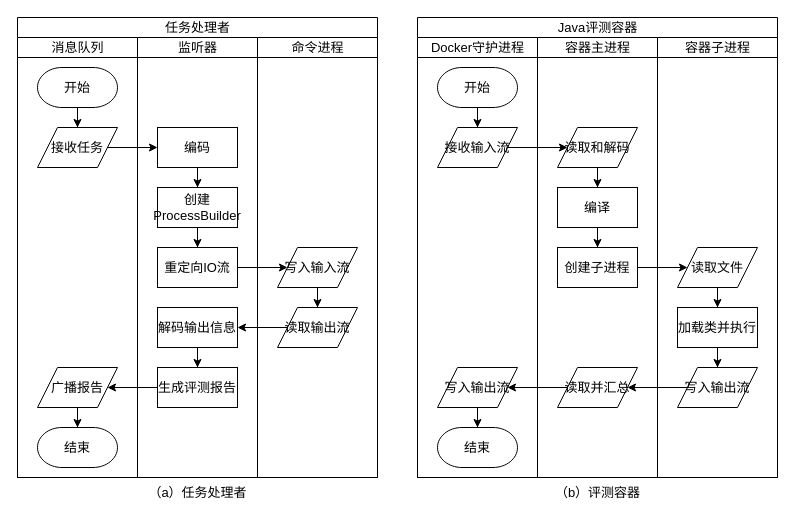
This is page "第 5 页" (7 of 9) of 程序流程图.drawio from 2302680972/lighteny_diagrams, a draw.io file, before an edit. Source tidied: cells renumbered, new cells numbered last; positions are measured from the earlier drawing's top-left corner, leaving out a move shared by most shapes. Both pictures are drawn from the tidied source at 100%, with x=0, y=0 at pixel (17, 17).
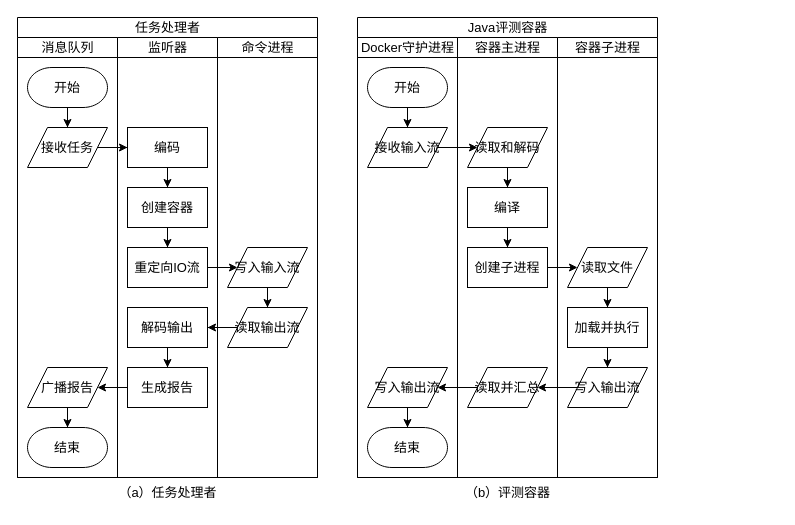
After the change.

Commit message (it also covers changes not shown here):
更新程序流程图.drawio

Change to the diagram source:
```diff
@@
     <mxCell id="2" value="任务处理者" style="swimlane;startSize=20;html=1;fontFamily=宋体;fontSize=13;fontStyle=0;" parent="1" vertex="1">
-      <mxGeometry width="360" height="460" as="geometry" />
+      <mxGeometry width="300" height="460" as="geometry" />
     </mxCell>
     <mxCell id="3" value="消息队列" style="swimlane;startSize=20;html=1;fontFamily=宋体;fontSize=13;fontStyle=0;" parent="2" vertex="1">
-      <mxGeometry y="20" width="120" height="440" as="geometry" />
+      <mxGeometry y="20" width="100" height="440" as="geometry" />
     </mxCell>
@@
     <mxCell id="5" value="开始" style="strokeWidth=1;html=1;shape=mxgraph.flowchart.terminator;whiteSpace=wrap;fontSize=13;fontFamily=宋体;fontStyle=0;" parent="3" vertex="1">
-      <mxGeometry x="20" y="30" width="80" height="40" as="geometry" />
+      <mxGeometry x="10" y="30" width="80" height="40" as="geometry" />
     </mxCell>
     <mxCell id="6" value="接收任务" style="shape=parallelogram;perimeter=parallelogramPerimeter;whiteSpace=wrap;html=1;fixedSize=1;fontFamily=宋体;fontSize=13;fontStyle=0;" parent="3" vertex="1">
-      <mxGeometry x="20" y="90" width="80" height="40" as="geometry" />
+      <mxGeometry x="10" y="90" width="80" height="40" as="geometry" />
     </mxCell>
@@
     <mxCell id="8" value="广播报告" style="shape=parallelogram;perimeter=parallelogramPerimeter;whiteSpace=wrap;html=1;fixedSize=1;fontFamily=宋体;fontSize=13;fontStyle=0;" parent="3" vertex="1">
-      <mxGeometry x="20" y="330" width="80" height="40" as="geometry" />
+      <mxGeometry x="10" y="330" width="80" height="40" as="geometry" />
     </mxCell>
     <mxCell id="9" value="结束" style="strokeWidth=1;html=1;shape=mxgraph.flowchart.terminator;whiteSpace=wrap;fontSize=13;fontFamily=宋体;fontStyle=0;" parent="3" vertex="1">
-      <mxGeometry x="20" y="390" width="80" height="40" as="geometry" />
+      <mxGeometry x="10" y="390" width="80" height="40" as="geometry" />
     </mxCell>
     <mxCell id="10" value="监听器" style="swimlane;startSize=20;html=1;fontFamily=宋体;fontSize=13;fontStyle=0;" parent="2" vertex="1">
-      <mxGeometry x="120" y="20" width="120" height="440" as="geometry" />
+      <mxGeometry x="100" y="20" width="100" height="440" as="geometry" />
     </mxCell>
     <mxCell id="11" value="编码" style="rounded=0;whiteSpace=wrap;html=1;strokeWidth=1;fontSize=13;fontFamily=宋体;fontStyle=0;" parent="10" vertex="1">
-      <mxGeometry x="20" y="90" width="80" height="40" as="geometry" />
+      <mxGeometry x="10" y="90" width="80" height="40" as="geometry" />
     </mxCell>
-    <mxCell id="12" value="创建ProcessBuilder" style="rounded=0;whiteSpace=wrap;html=1;strokeWidth=1;fontSize=13;fontFamily=宋体;fontStyle=0;" parent="10" vertex="1">
-      <mxGeometry x="20" y="150" width="80" height="40" as="geometry" />
+    <mxCell id="12" value="创建容器" style="rounded=0;whiteSpace=wrap;html=1;strokeWidth=1;fontSize=13;fontFamily=宋体;fontStyle=0;" parent="10" vertex="1">
+      <mxGeometry x="10" y="150" width="80" height="40" as="geometry" />
     </mxCell>
@@
     <mxCell id="14" value="重定向IO流" style="rounded=0;whiteSpace=wrap;html=1;strokeWidth=1;fontSize=13;fontFamily=宋体;fontStyle=0;" parent="10" vertex="1">
-      <mxGeometry x="20" y="210" width="80" height="40" as="geometry" />
+      <mxGeometry x="10" y="210" width="80" height="40" as="geometry" />
     </mxCell>
@@
-    <mxCell id="17" value="解码输出信息" style="rounded=0;whiteSpace=wrap;html=1;strokeWidth=1;fontSize=13;fontFamily=宋体;fontStyle=0;" parent="10" vertex="1">
-      <mxGeometry x="20" y="270" width="80" height="40" as="geometry" />
+    <mxCell id="17" value="解码输出" style="rounded=0;whiteSpace=wrap;html=1;strokeWidth=1;fontSize=13;fontFamily=宋体;fontStyle=0;" parent="10" vertex="1">
+      <mxGeometry x="10" y="270" width="80" height="40" as="geometry" />
     </mxCell>
-    <mxCell id="18" value="生成评测报告" style="rounded=0;whiteSpace=wrap;html=1;strokeWidth=1;fontSize=13;fontFamily=宋体;fontStyle=0;" parent="10" vertex="1">
-      <mxGeometry x="20" y="330" width="80" height="40" as="geometry" />
+    <mxCell id="18" value="生成报告" style="rounded=0;whiteSpace=wrap;html=1;strokeWidth=1;fontSize=13;fontFamily=宋体;fontStyle=0;" parent="10" vertex="1">
+      <mxGeometry x="10" y="330" width="80" height="40" as="geometry" />
     </mxCell>
     <mxCell id="19" value="命令进程" style="swimlane;startSize=20;html=1;fontFamily=宋体;fontSize=13;fontStyle=0;" parent="2" vertex="1">
-      <mxGeometry x="240" y="20" width="120" height="440" as="geometry" />
+      <mxGeometry x="200" y="20" width="100" height="440" as="geometry" />
     </mxCell>
@@
     <mxCell id="21" value="写入输入流" style="shape=parallelogram;perimeter=parallelogramPerimeter;whiteSpace=wrap;html=1;fixedSize=1;strokeWidth=1;fontSize=13;fontFamily=宋体;fontStyle=0;" parent="19" vertex="1">
-      <mxGeometry x="20" y="210" width="80" height="40" as="geometry" />
+      <mxGeometry x="10" y="210" width="80" height="40" as="geometry" />
     </mxCell>
     <mxCell id="22" value="读取输出流" style="shape=parallelogram;perimeter=parallelogramPerimeter;whiteSpace=wrap;html=1;fixedSize=1;strokeWidth=1;fontSize=13;fontFamily=宋体;fontStyle=0;" parent="19" vertex="1">
-      <mxGeometry x="20" y="270" width="80" height="40" as="geometry" />
+      <mxGeometry x="10" y="270" width="80" height="40" as="geometry" />
     </mxCell>
@@
     <mxCell id="27" value="Java评测容器" style="swimlane;startSize=20;html=1;fontFamily=宋体;fontSize=13;fontStyle=0;" parent="1" vertex="1">
-      <mxGeometry x="400" width="360" height="460" as="geometry" />
+      <mxGeometry x="340" width="300" height="460" as="geometry" />
     </mxCell>
     <mxCell id="28" value="Docker守护进程" style="swimlane;startSize=20;html=1;fontFamily=宋体;fontSize=13;fontStyle=0;" parent="27" vertex="1">
-      <mxGeometry y="20" width="120" height="440" as="geometry" />
+      <mxGeometry y="20" width="100" height="440" as="geometry" />
     </mxCell>
@@
     <mxCell id="30" value="开始" style="strokeWidth=1;html=1;shape=mxgraph.flowchart.terminator;whiteSpace=wrap;fontSize=13;fontFamily=宋体;fontStyle=0;" parent="28" vertex="1">
-      <mxGeometry x="20" y="30" width="80" height="40" as="geometry" />
+      <mxGeometry x="10" y="30" width="80" height="40" as="geometry" />
     </mxCell>
     <mxCell id="31" value="接收输入流" style="shape=parallelogram;perimeter=parallelogramPerimeter;whiteSpace=wrap;html=1;fixedSize=1;fontFamily=宋体;fontSize=13;fontStyle=0;" parent="28" vertex="1">
-      <mxGeometry x="20" y="90" width="80" height="40" as="geometry" />
+      <mxGeometry x="10" y="90" width="80" height="40" as="geometry" />
     </mxCell>
@@
     <mxCell id="33" value="写入输出流" style="shape=parallelogram;perimeter=parallelogramPerimeter;whiteSpace=wrap;html=1;fixedSize=1;fontFamily=宋体;fontSize=13;fontStyle=0;" parent="28" vertex="1">
-      <mxGeometry x="20" y="330" width="80" height="40" as="geometry" />
+      <mxGeometry x="10" y="330" width="80" height="40" as="geometry" />
     </mxCell>
     <mxCell id="34" value="结束" style="strokeWidth=1;html=1;shape=mxgraph.flowchart.terminator;whiteSpace=wrap;fontSize=13;fontFamily=宋体;fontStyle=0;" parent="28" vertex="1">
-      <mxGeometry x="20" y="390" width="80" height="40" as="geometry" />
+      <mxGeometry x="10" y="390" width="80" height="40" as="geometry" />
     </mxCell>
     <mxCell id="35" value="容器主进程" style="swimlane;startSize=20;html=1;fontFamily=宋体;fontSize=13;fontStyle=0;" parent="27" vertex="1">
-      <mxGeometry x="120" y="20" width="120" height="440" as="geometry" />
+      <mxGeometry x="100" y="20" width="100" height="440" as="geometry" />
     </mxCell>
     <mxCell id="36" value="编译" style="rounded=0;whiteSpace=wrap;html=1;strokeWidth=1;fontSize=13;fontFamily=宋体;fontStyle=0;" parent="35" vertex="1">
-      <mxGeometry x="20" y="150" width="80" height="40" as="geometry" />
+      <mxGeometry x="10" y="150" width="80" height="40" as="geometry" />
     </mxCell>
     <mxCell id="37" value="创建子进程" style="rounded=0;whiteSpace=wrap;html=1;strokeWidth=1;fontSize=13;fontFamily=宋体;fontStyle=0;" parent="35" vertex="1">
-      <mxGeometry x="20" y="210" width="80" height="40" as="geometry" />
+      <mxGeometry x="10" y="210" width="80" height="40" as="geometry" />
     </mxCell>
@@
     <mxCell id="40" value="读取和解码" style="shape=parallelogram;perimeter=parallelogramPerimeter;whiteSpace=wrap;html=1;fixedSize=1;fontFamily=宋体;fontSize=13;fontStyle=0;" parent="35" vertex="1">
-      <mxGeometry x="20" y="90" width="80" height="40" as="geometry" />
+      <mxGeometry x="10" y="90" width="80" height="40" as="geometry" />
     </mxCell>
     <mxCell id="41" value="读取并汇总" style="shape=parallelogram;perimeter=parallelogramPerimeter;whiteSpace=wrap;html=1;fixedSize=1;fontFamily=宋体;fontSize=13;fontStyle=0;" parent="35" vertex="1">
-      <mxGeometry x="20" y="330" width="80" height="40" as="geometry" />
+      <mxGeometry x="10" y="330" width="80" height="40" as="geometry" />
     </mxCell>
     <mxCell id="42" value="容器子进程" style="swimlane;startSize=20;html=1;fontFamily=宋体;fontSize=13;fontStyle=0;" parent="27" vertex="1">
-      <mxGeometry x="240" y="20" width="120" height="440" as="geometry" />
+      <mxGeometry x="200" y="20" width="100" height="440" as="geometry" />
     </mxCell>
@@
     <mxCell id="44" value="读取文件" style="shape=parallelogram;perimeter=parallelogramPerimeter;whiteSpace=wrap;html=1;fixedSize=1;strokeWidth=1;fontSize=13;fontFamily=宋体;fontStyle=0;" parent="42" vertex="1">
-      <mxGeometry x="20" y="210" width="80" height="40" as="geometry" />
+      <mxGeometry x="10" y="210" width="80" height="40" as="geometry" />
     </mxCell>
     <mxCell id="45" value="写入输出流" style="shape=parallelogram;perimeter=parallelogramPerimeter;whiteSpace=wrap;html=1;fixedSize=1;strokeWidth=1;fontSize=13;fontFamily=宋体;fontStyle=0;" parent="42" vertex="1">
-      <mxGeometry x="20" y="330" width="80" height="40" as="geometry" />
+      <mxGeometry x="10" y="330" width="80" height="40" as="geometry" />
     </mxCell>
@@
-    <mxCell id="47" value="加载类并执行" style="rounded=0;whiteSpace=wrap;html=1;strokeWidth=1;fontSize=13;fontFamily=宋体;fontStyle=0;" parent="42" vertex="1">
-      <mxGeometry x="20" y="270" width="80" height="40" as="geometry" />
+    <mxCell id="47" value="加载并执行" style="rounded=0;whiteSpace=wrap;html=1;strokeWidth=1;fontSize=13;fontFamily=宋体;fontStyle=0;" parent="42" vertex="1">
+      <mxGeometry x="10" y="270" width="80" height="40" as="geometry" />
     </mxCell>
@@
     <mxCell id="52" value="（a）任务处理者" style="text;html=1;align=center;verticalAlign=middle;strokeColor=none;fillColor=none;fontFamily=宋体;fontSize=13;fontStyle=0;" parent="1" vertex="1">
-      <mxGeometry x="120" y="460" width="120" height="30" as="geometry" />
+      <mxGeometry x="90" y="460" width="120" height="30" as="geometry" />
     </mxCell>
     <mxCell id="53" value="（b）评测容器" style="text;html=1;align=center;verticalAlign=middle;strokeColor=none;fillColor=none;fontFamily=宋体;fontSize=13;fontStyle=0;" parent="1" vertex="1">
-      <mxGeometry x="525" y="460" width="110" height="30" as="geometry" />
+      <mxGeometry x="435" y="460" width="110" height="30" as="geometry" />
     </mxCell>
```
